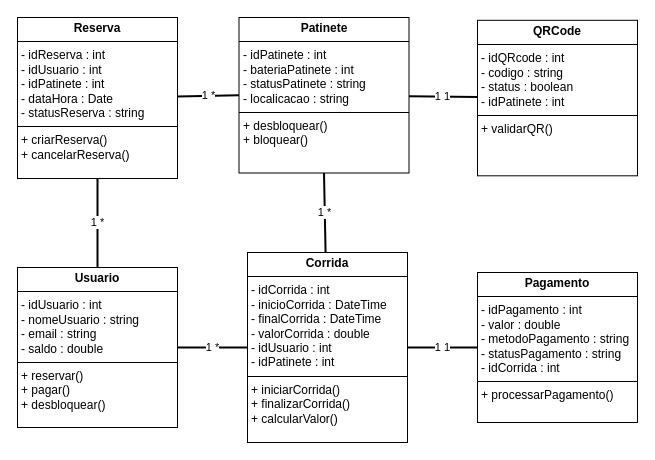
The draw.io diagram page "Página-1" (1 of 3) of Diagrama de Classes.drawio in BrunoChabaribery/analise_modelagem_sistemas, before the edit. Source tidied: cells renumbered, new cells numbered last; positions are measured from the earlier drawing's top-left corner, leaving out a move shared by most shapes. Both pictures are drawn from the tidied source at 100%, with x=0, y=0 at pixel (17, 17).
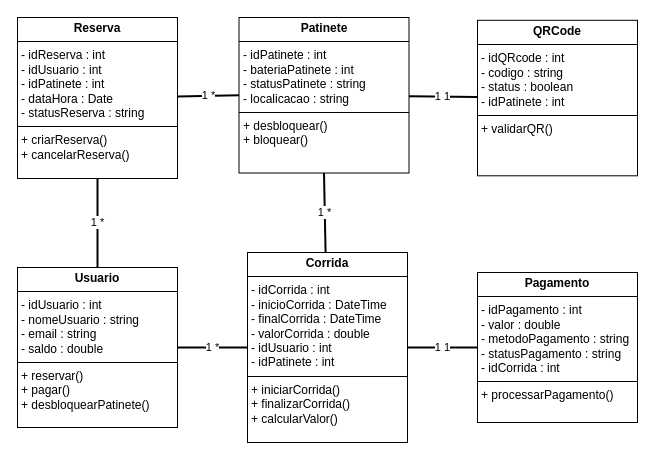
The same diagram, later.

Change to the diagram source:
```diff
@@
 <mxGraphModel>
   <root>
     <mxCell id="0" />
     <mxCell id="1" parent="0" />
     <mxCell id="2" value="1        *" style="endArrow=none;html=1;strokeWidth=2;" parent="1" edge="1" source="11" target="8">
       <mxGeometry relative="1" as="geometry" />
     </mxCell>
     <mxCell id="3" value="1        *" style="endArrow=none;html=1;strokeWidth=2;exitX=1;exitY=0.5;exitDx=0;exitDy=0;" parent="1" edge="1" source="11" target="12">
       <mxGeometry relative="1" as="geometry" />
     </mxCell>
     <mxCell id="4" value="1        *" style="endArrow=none;html=1;strokeWidth=2;exitX=0;exitY=0.5;exitDx=0;exitDy=0;" parent="1" edge="1" source="9" target="8">
       <mxGeometry relative="1" as="geometry" />
     </mxCell>
     <mxCell id="5" value="1        *" style="endArrow=none;html=1;strokeWidth=2;exitX=0.5;exitY=1;exitDx=0;exitDy=0;" parent="1" edge="1" source="9" target="12">
       <mxGeometry relative="1" as="geometry" />
     </mxCell>
     <mxCell id="6" value="1        1" style="endArrow=none;html=1;strokeWidth=2;" parent="1" edge="1" source="12" target="13">
       <mxGeometry relative="1" as="geometry" />
     </mxCell>
     <mxCell id="7" value="1        1" style="endArrow=none;html=1;strokeWidth=2;" parent="1" edge="1" source="9" target="10">
       <mxGeometry relative="1" as="geometry" />
     </mxCell>
     <mxCell id="8" value="&lt;p style=&quot;margin:0px;margin-top:4px;text-align:center;&quot;&gt;&lt;b&gt;Reserva&lt;/b&gt;&lt;/p&gt;&lt;hr size=&quot;1&quot; style=&quot;border-style:solid;&quot;&gt;&lt;p style=&quot;margin:0px;margin-left:4px;&quot;&gt;- idReserva : int&lt;/p&gt;&lt;p style=&quot;margin:0px;margin-left:4px;&quot;&gt;- idUsuario : int&lt;/p&gt;&lt;p style=&quot;margin:0px;margin-left:4px;&quot;&gt;- idPatinete : int&lt;/p&gt;&lt;p style=&quot;margin:0px;margin-left:4px;&quot;&gt;- dataHora : Date&lt;/p&gt;&lt;p style=&quot;margin:0px;margin-left:4px;&quot;&gt;- statusReserva : string&lt;/p&gt;&lt;hr size=&quot;1&quot; style=&quot;border-style:solid;&quot;&gt;&lt;p style=&quot;margin:0px;margin-left:4px;&quot;&gt;+ criarReserva()&lt;/p&gt;&lt;p style=&quot;margin:0px;margin-left:4px;&quot;&gt;+ cancelarReserva()&lt;/p&gt;" style="verticalAlign=top;align=left;overflow=fill;html=1;whiteSpace=wrap;" parent="1" vertex="1">
       <mxGeometry width="160" height="161" as="geometry" />
     </mxCell>
     <mxCell id="9" value="&lt;p style=&quot;margin:0px;margin-top:4px;text-align:center;&quot;&gt;&lt;b&gt;Patinete&lt;/b&gt;&lt;/p&gt;&lt;hr size=&quot;1&quot; style=&quot;border-style:solid;&quot;&gt;&lt;p style=&quot;margin:0px;margin-left:4px;&quot;&gt;- idPatinete : int&lt;/p&gt;&lt;p style=&quot;margin:0px;margin-left:4px;&quot;&gt;- bateriaPatinete : int&lt;/p&gt;&lt;p style=&quot;margin:0px;margin-left:4px;&quot;&gt;- statusPatinete : string&lt;/p&gt;&lt;p style=&quot;margin:0px;margin-left:4px;&quot;&gt;- localicacao : string&lt;/p&gt;&lt;hr size=&quot;1&quot; style=&quot;border-style:solid;&quot;&gt;&lt;p style=&quot;margin:0px;margin-left:4px;&quot;&gt;+ desbloquear()&lt;/p&gt;&lt;p style=&quot;margin:0px;margin-left:4px;&quot;&gt;+ bloquear()&lt;/p&gt;" style="verticalAlign=top;align=left;overflow=fill;html=1;whiteSpace=wrap;" parent="1" vertex="1">
       <mxGeometry x="221.5" width="170" height="155.5" as="geometry" />
     </mxCell>
     <mxCell id="10" value="&lt;p style=&quot;margin:0px;margin-top:4px;text-align:center;&quot;&gt;&lt;b&gt;QRCode&lt;/b&gt;&lt;/p&gt;&lt;hr size=&quot;1&quot; style=&quot;border-style:solid;&quot;&gt;&lt;p style=&quot;margin:0px;margin-left:4px;&quot;&gt;- idQRcode : int&lt;/p&gt;&lt;p style=&quot;margin:0px;margin-left:4px;&quot;&gt;- codigo : string&lt;/p&gt;&lt;p style=&quot;margin:0px;margin-left:4px;&quot;&gt;- status : boolean&lt;/p&gt;&lt;p style=&quot;margin:0px;margin-left:4px;&quot;&gt;- idPatinete : int&lt;/p&gt;&lt;hr size=&quot;1&quot; style=&quot;border-style:solid;&quot;&gt;&lt;p style=&quot;margin:0px;margin-left:4px;&quot;&gt;+ validarQR()&lt;/p&gt;" style="verticalAlign=top;align=left;overflow=fill;html=1;whiteSpace=wrap;" parent="1" vertex="1">
       <mxGeometry x="460" y="2.8" width="160" height="155.5" as="geometry" />
     </mxCell>
-    <mxCell id="11" value="&lt;p style=&quot;margin:0px;margin-top:4px;text-align:center;&quot;&gt;&lt;b&gt;Usuario&lt;/b&gt;&lt;/p&gt;&lt;hr size=&quot;1&quot; style=&quot;border-style:solid;&quot;&gt;&lt;p style=&quot;margin:0px;margin-left:4px;&quot;&gt;- idUsuario : int&lt;/p&gt;&lt;p style=&quot;margin:0px;margin-left:4px;&quot;&gt;- nomeUsuario : string&lt;/p&gt;&lt;p style=&quot;margin:0px;margin-left:4px;&quot;&gt;- email : string&lt;/p&gt;&lt;p style=&quot;margin:0px;margin-left:4px;&quot;&gt;- saldo : double&lt;/p&gt;&lt;hr size=&quot;1&quot; style=&quot;border-style:solid;&quot;&gt;&lt;p style=&quot;margin:0px;margin-left:4px;&quot;&gt;+ reservar()&lt;/p&gt;&lt;p style=&quot;margin:0px;margin-left:4px;&quot;&gt;+ pagar()&lt;/p&gt;&lt;p style=&quot;margin:0px;margin-left:4px;&quot;&gt;+ desbloquear()&lt;/p&gt;" style="verticalAlign=top;align=left;overflow=fill;html=1;whiteSpace=wrap;" parent="1" vertex="1">
+    <mxCell id="11" value="&lt;p style=&quot;margin:0px;margin-top:4px;text-align:center;&quot;&gt;&lt;b&gt;Usuario&lt;/b&gt;&lt;/p&gt;&lt;hr size=&quot;1&quot; style=&quot;border-style:solid;&quot;&gt;&lt;p style=&quot;margin:0px;margin-left:4px;&quot;&gt;- idUsuario : int&lt;/p&gt;&lt;p style=&quot;margin:0px;margin-left:4px;&quot;&gt;- nomeUsuario : string&lt;/p&gt;&lt;p style=&quot;margin:0px;margin-left:4px;&quot;&gt;- email : string&lt;/p&gt;&lt;p style=&quot;margin:0px;margin-left:4px;&quot;&gt;- saldo : double&lt;/p&gt;&lt;hr size=&quot;1&quot; style=&quot;border-style:solid;&quot;&gt;&lt;p style=&quot;margin:0px;margin-left:4px;&quot;&gt;+ reservar()&lt;/p&gt;&lt;p style=&quot;margin:0px;margin-left:4px;&quot;&gt;+ pagar()&lt;/p&gt;&lt;p style=&quot;margin:0px;margin-left:4px;&quot;&gt;+ desbloquearPatinete()&lt;/p&gt;" style="verticalAlign=top;align=left;overflow=fill;html=1;whiteSpace=wrap;" parent="1" vertex="1">
       <mxGeometry y="250" width="160" height="160" as="geometry" />
     </mxCell>
     <mxCell id="12" value="&lt;p style=&quot;margin:0px;margin-top:4px;text-align:center;&quot;&gt;&lt;b&gt;Corrida&lt;/b&gt;&lt;/p&gt;&lt;hr size=&quot;1&quot; style=&quot;border-style:solid;&quot;&gt;&lt;p style=&quot;margin:0px;margin-left:4px;&quot;&gt;- idCorrida : int&lt;/p&gt;&lt;p style=&quot;margin:0px;margin-left:4px;&quot;&gt;- inicioCorrida : DateTime&lt;/p&gt;&lt;p style=&quot;margin:0px;margin-left:4px;&quot;&gt;- finalCorrida : DateTime&lt;/p&gt;&lt;p style=&quot;margin:0px;margin-left:4px;&quot;&gt;- valorCorrida : double&lt;/p&gt;&lt;p style=&quot;margin:0px;margin-left:4px;&quot;&gt;- idUsuario : int&amp;nbsp;&lt;/p&gt;&lt;p style=&quot;margin:0px;margin-left:4px;&quot;&gt;- idPatinete : int&lt;/p&gt;&lt;hr size=&quot;1&quot; style=&quot;border-style:solid;&quot;&gt;&lt;p style=&quot;margin:0px;margin-left:4px;&quot;&gt;+ iniciarCorrida()&lt;/p&gt;&lt;p style=&quot;margin:0px;margin-left:4px;&quot;&gt;+ finalizarCorrida()&lt;/p&gt;&lt;p style=&quot;margin:0px;margin-left:4px;&quot;&gt;+ calcularValor()&lt;/p&gt;" style="verticalAlign=top;align=left;overflow=fill;html=1;whiteSpace=wrap;" parent="1" vertex="1">
       <mxGeometry x="230" y="235" width="160" height="190" as="geometry" />
     </mxCell>
     <mxCell id="13" value="&lt;p style=&quot;margin:0px;margin-top:4px;text-align:center;&quot;&gt;&lt;b&gt;Pagamento&lt;/b&gt;&lt;/p&gt;&lt;hr size=&quot;1&quot; style=&quot;border-style:solid;&quot;&gt;&lt;p style=&quot;margin:0px;margin-left:4px;&quot;&gt;- idPagamento : int&lt;/p&gt;&lt;p style=&quot;margin:0px;margin-left:4px;&quot;&gt;- valor : double&lt;/p&gt;&lt;p style=&quot;margin:0px;margin-left:4px;&quot;&gt;- metodoPagamento : string&lt;/p&gt;&lt;p style=&quot;margin:0px;margin-left:4px;&quot;&gt;- statusPagamento : string&lt;/p&gt;&lt;p style=&quot;margin:0px;margin-left:4px;&quot;&gt;- idCorrida : int&lt;/p&gt;&lt;hr size=&quot;1&quot; style=&quot;border-style:solid;&quot;&gt;&lt;p style=&quot;margin:0px;margin-left:4px;&quot;&gt;+ processarPagamento()&lt;/p&gt;" style="verticalAlign=top;align=left;overflow=fill;html=1;whiteSpace=wrap;" parent="1" vertex="1">
       <mxGeometry x="460" y="255" width="160" height="150" as="geometry" />
     </mxCell>
   </root>
 </mxGraphModel>
```
